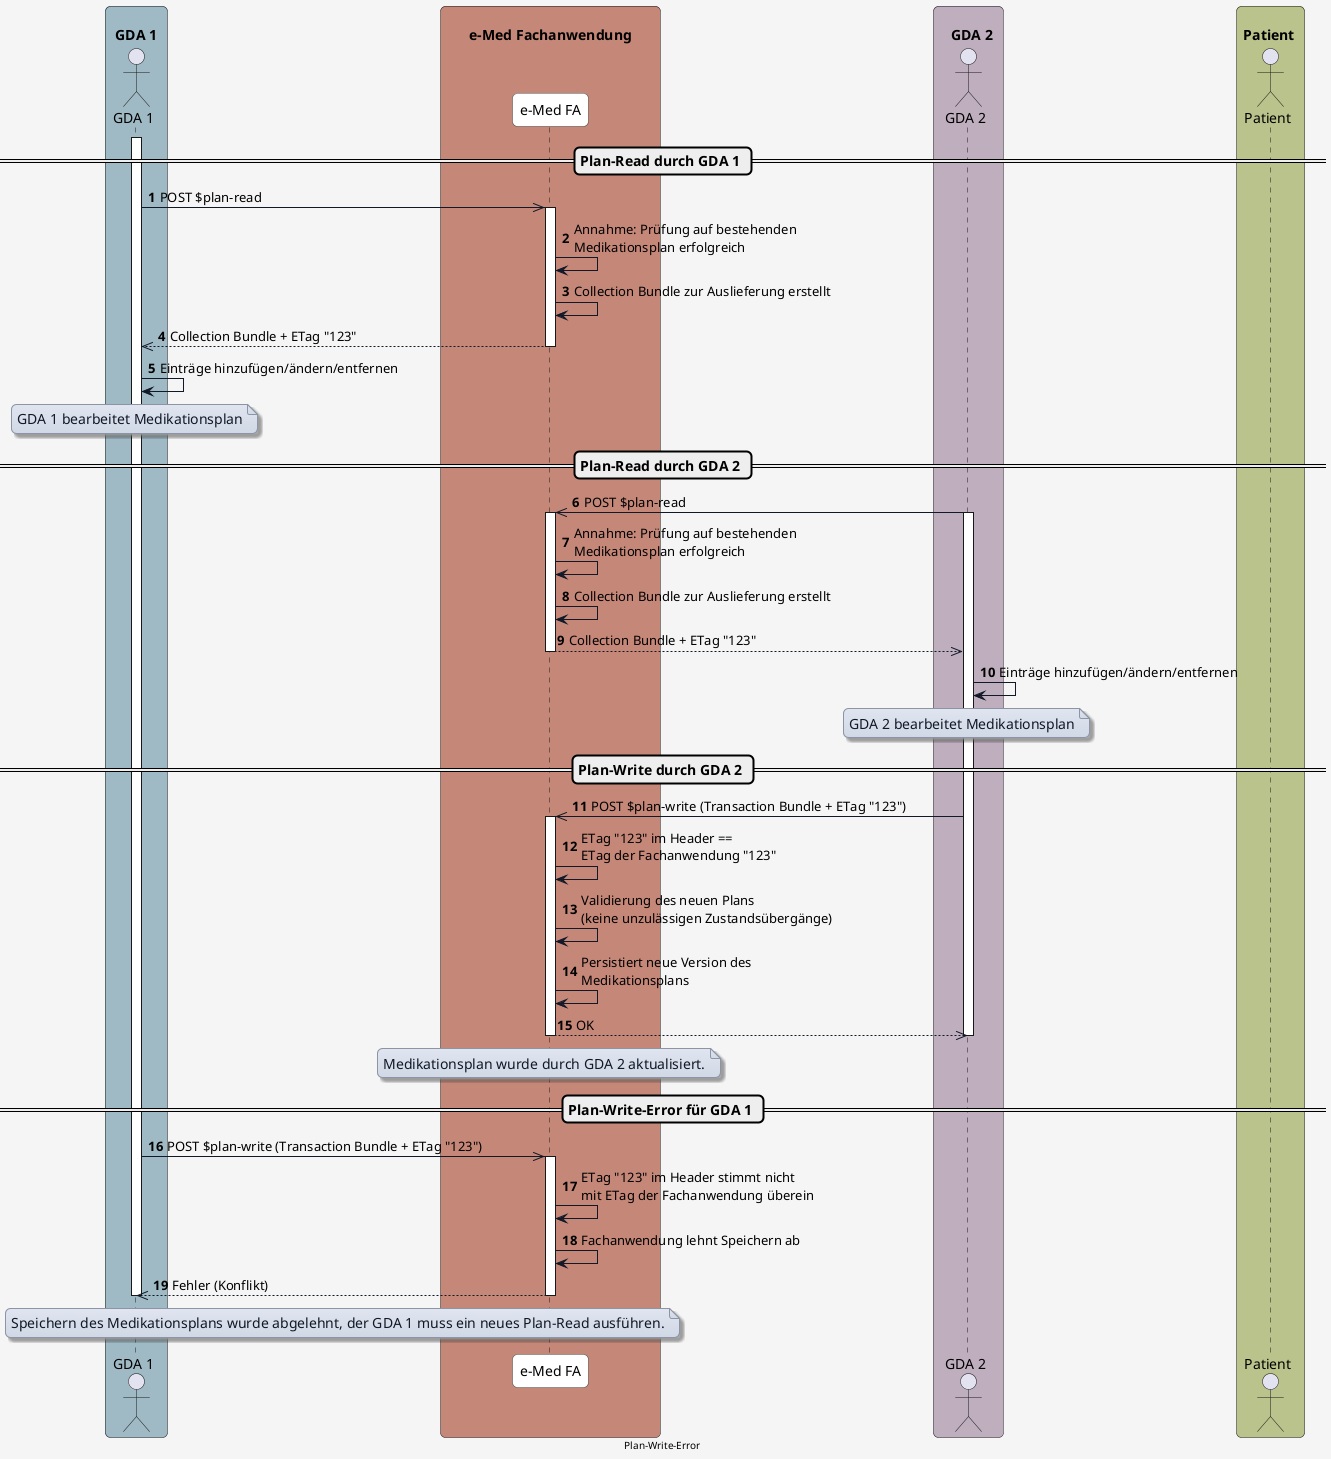
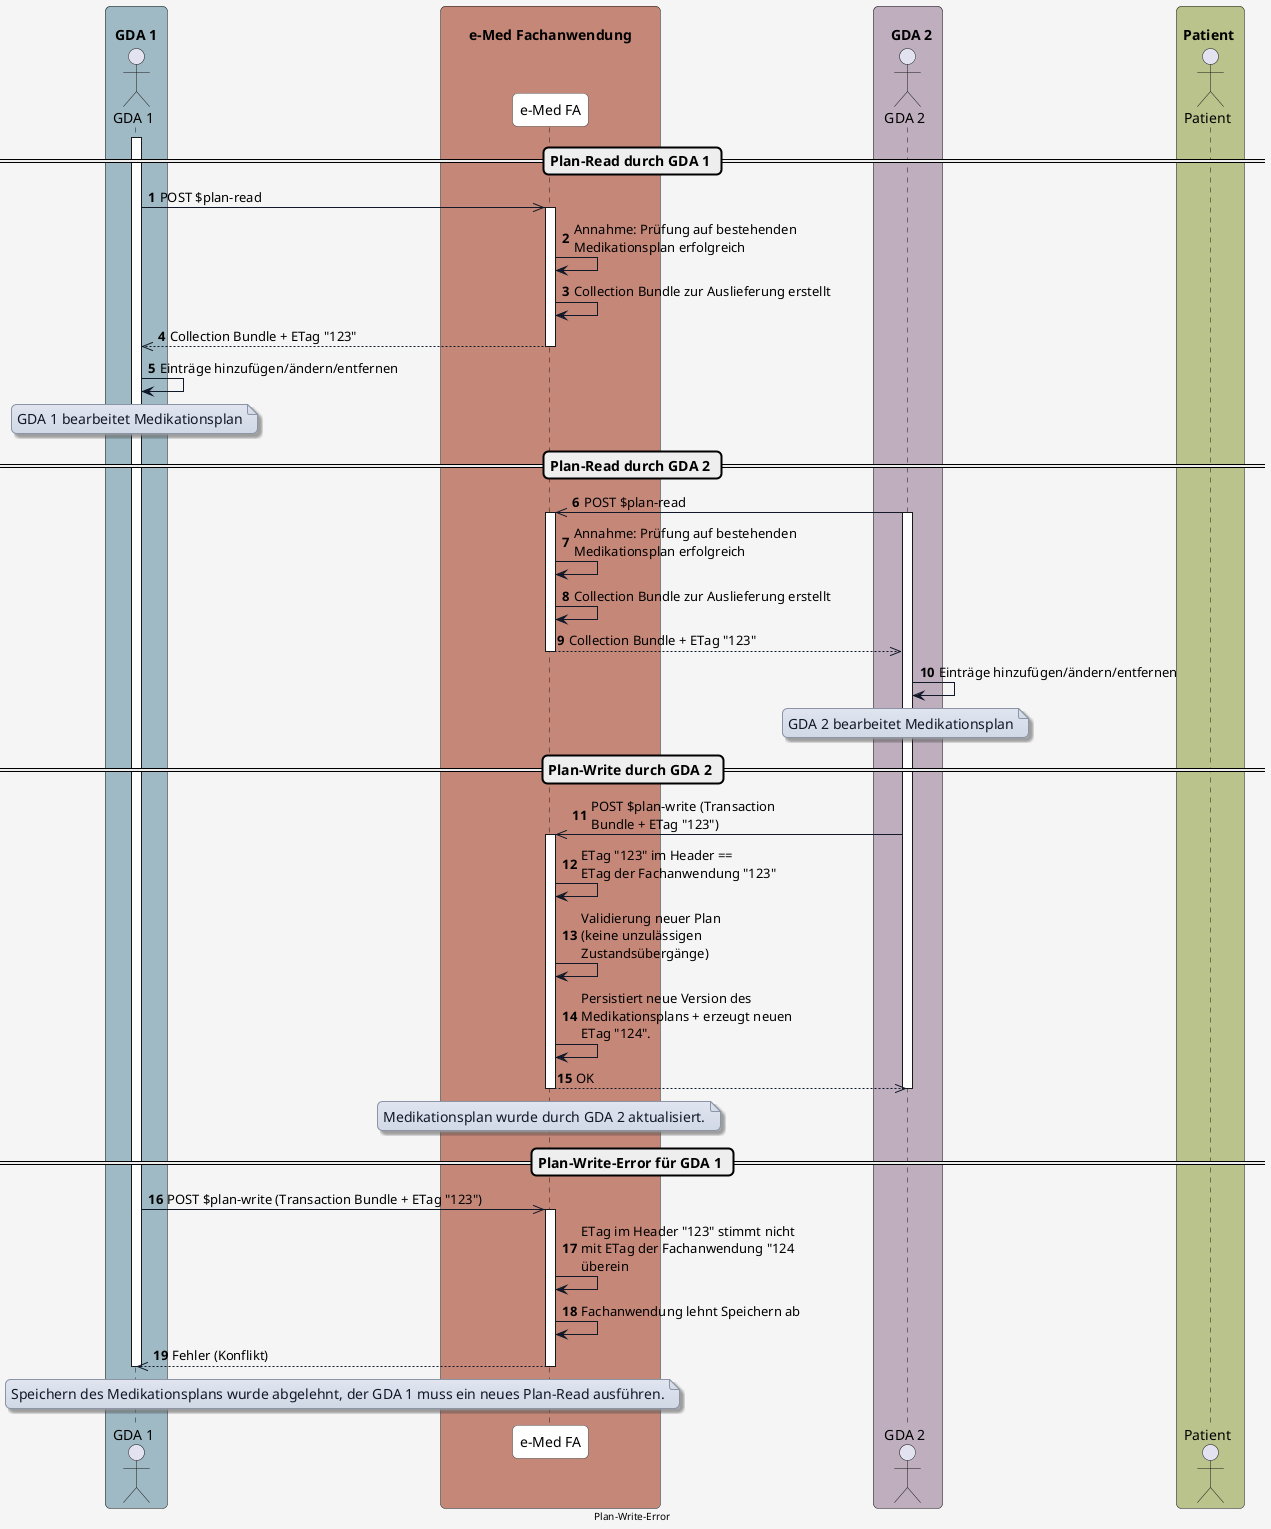
@startuml
skinparam borderColor #000000
skinparam backgroundColor #f5f5f5
skinparam shadowing false
skinparam roundCorner 10
skinparam defaultFontName "Arial"
skinparam defaultFontSize 14
skinparam defaultFontColor #000000

skinparam note {
  BackgroundColor #e0e5f0-#d1d9e6
  BorderColor #8b95a5
  BorderThickness 1
  RoundCorner 8
  Padding 6
  FontColor #111827
  Shadowing true
}

skinparam HyperlinkColor #0000EE
skinparam HyperlinkUnderline false

skinparam sequence {
  ParticipantBorderColor #555555
  ParticipantBackgroundColor #ffffff
  ParticipantFontColor #000000
  ParticipantFontSize 14
  ParticipantPadding 20
  ArrowColor #111827
  ArrowThickness 1
  ArrowFontColor #000000
  ArrowFontSize 13
  GroupBorderColor #111827
  GroupBackgroundColor #eef2ff
  GroupBorderThickness 2
}

skinparam BoxPadding 20
skinparam BoxBorderColor #555555

box "\n  GDA 1  " #9fbac4
  actor GDA_1 as "GDA 1"
end box

box "\n       e-Med Fachanwendung       " #C48778
  participant eMed_FA as "e-Med FA"
end box

box "\n    GDA 2  " #beaebe
  actor GDA_2 as "GDA 2"
end box

box "\n Patient  " #bac38b
  actor Patient as "Patient"
end box


autonumber


== Plan-Read durch GDA 1 ==
activate GDA_1
GDA_1 ->> eMed_FA: POST $plan-read

activate eMed_FA
eMed_FA -> eMed_FA: Annahme: Prüfung auf bestehenden\nMedikationsplan erfolgreich
eMed_FA -> eMed_FA: Collection Bundle zur Auslieferung erstellt

eMed_FA -->> GDA_1: Collection Bundle + ETag "123"
deactivate eMed_FA

GDA_1 -> GDA_1: Einträge hinzufügen/ändern/entfernen

note over GDA_1
GDA 1 bearbeitet Medikationsplan
end note

== Plan-Read durch GDA 2 ==

GDA_2 ->> eMed_FA: POST $plan-read
activate GDA_2

activate eMed_FA
eMed_FA -> eMed_FA: Annahme: Prüfung auf bestehenden\nMedikationsplan erfolgreich
eMed_FA -> eMed_FA: Collection Bundle zur Auslieferung erstellt

eMed_FA -->> GDA_2: Collection Bundle + ETag "123"
deactivate eMed_FA

GDA_2 -> GDA_2: Einträge hinzufügen/ändern/entfernen

note over GDA_2
GDA 2 bearbeitet Medikationsplan
end note

== Plan-Write durch GDA 2 ==

- GDA_2 ->> eMed_FA: POST $plan-write (Transaction Bundle + ETag "123")
+ GDA_2 ->> eMed_FA: POST $plan-write (Transaction\nBundle + ETag "123")

activate eMed_FA
eMed_FA -> eMed_FA: ETag "123" im Header ==\nETag der Fachanwendung "123"
- eMed_FA -> eMed_FA: Validierung des neuen Plans\n(keine unzulässigen Zustandsübergänge)
- eMed_FA -> eMed_FA: Persistiert neue Version des\nMedikationsplans
+ eMed_FA -> eMed_FA: Validierung neuer Plan\n(keine unzulässigen\nZustandsübergänge)
+ eMed_FA -> eMed_FA: Persistiert neue Version des\nMedikationsplans + erzeugt neuen\nETag "124".
eMed_FA -->> GDA_2: OK
deactivate GDA_2

note over eMed_FA
Medikationsplan wurde durch GDA 2 aktualisiert.
end note

deactivate eMed_FA

== Plan-Write-Error für GDA 1 ==

GDA_1 ->> eMed_FA: POST $plan-write (Transaction Bundle + ETag "123")

activate eMed_FA
- eMed_FA -> eMed_FA: ETag "123" im Header stimmt nicht\nmit ETag der Fachanwendung überein
+ eMed_FA -> eMed_FA: ETag im Header "123" stimmt nicht\nmit ETag der Fachanwendung "124\nüberein
eMed_FA -> eMed_FA: Fachanwendung lehnt Speichern ab
eMed_FA -->> GDA_1: Fehler (Konflikt)
deactivate GDA_1
note over eMed_FA, GDA_1
Speichern des Medikationsplans wurde abgelehnt, der GDA 1 muss ein neues Plan-Read ausführen.
end note

deactivate eMed_FA

center footer Plan-Write-Error

@enduml